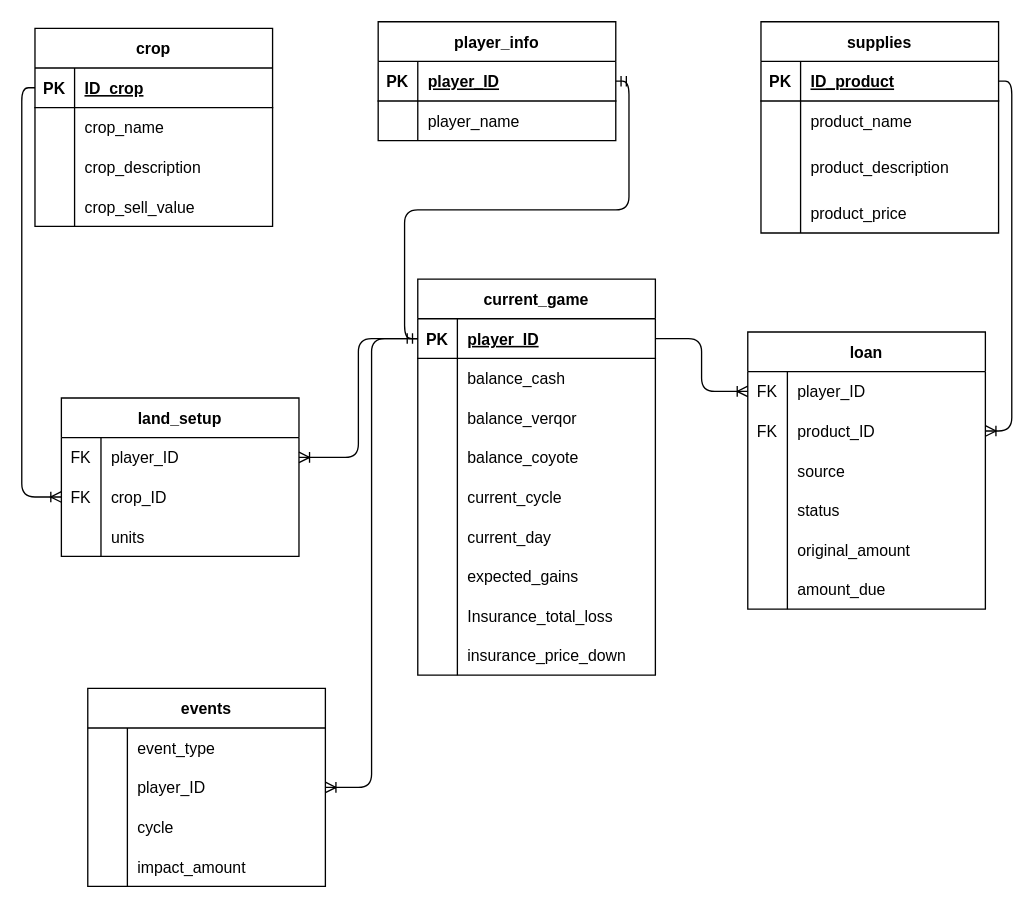
zam-cv/B4 keeps this draw.io diagram as Database/Diagrama_2.drawio. Above is the earlier version. Source tidied: cells renumbered, new cells numbered last; positions are measured from the earlier drawing's top-left corner, leaving out a move shared by most shapes. Both pictures are drawn from the tidied source at 132%, with x=0, y=0 at pixel (34, 21).
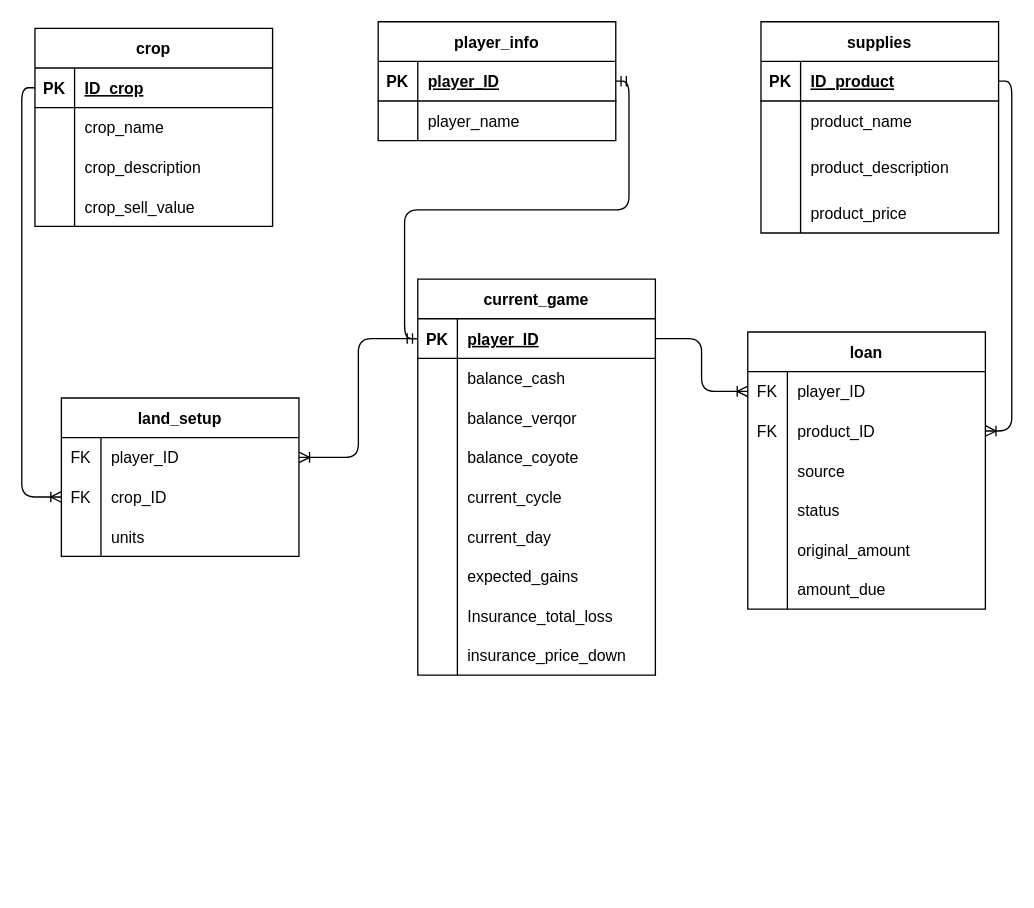
The same diagram, later.

Commit message:
Deleted Events table.

The change refers to these unchanged cells:
```xml
<mxCell id="23" style="shape=tableRow;horizontal=0;startSize=0;swimlaneHead=0;swimlaneBody=0;fillColor=none;points=[[0,0.5],[1,0.5]];portConstraint=eastwest;top=0;left=0;right=0;bottom=1;" parent="22" vertex="1">
  <mxGeometry y="30" width="180" height="30" as="geometry" />
</mxCell>
```

Change to the diagram source:
```diff
@@
-    <mxCell id="97" value="events" style="shape=table;startSize=30;childLayout=tableLayout;rowLines=0;fontStyle=1;align=center;" parent="1" vertex="1">
-      <mxGeometry x="40" y="505" width="180" height="150" as="geometry" />
-    </mxCell>
-    <mxCell id="98" style="shape=tableRow;horizontal=0;startSize=0;swimlaneHead=0;swimlaneBody=0;fillColor=none;top=0;left=0;right=0;bottom=0;" parent="97" vertex="1">
-      <mxGeometry y="30" width="180" height="30" as="geometry" />
-    </mxCell>
-    <mxCell id="99" style="shape=partialRectangle;fillColor=none;top=0;left=0;bottom=0;right=0;overflow=hidden;" parent="98" vertex="1">
-      <mxGeometry width="30" height="30" as="geometry" />
-    </mxCell>
-    <mxCell id="100" value="event_type" style="shape=partialRectangle;fillColor=none;top=0;left=0;bottom=0;right=0;align=left;spacingLeft=6;overflow=hidden;" parent="98" vertex="1">
-      <mxGeometry x="30" width="150" height="30" as="geometry" />
-    </mxCell>
-    <mxCell id="101" style="shape=tableRow;horizontal=0;startSize=0;swimlaneHead=0;swimlaneBody=0;fillColor=none;points=[[0,0.5],[1,0.5]];portConstraint=eastwest;top=0;left=0;right=0;bottom=0;" parent="97" vertex="1">
-      <mxGeometry y="60" width="180" height="30" as="geometry" />
-    </mxCell>
-    <mxCell id="102" style="shape=partialRectangle;fillColor=none;top=0;left=0;bottom=0;right=0;overflow=hidden;" parent="101" vertex="1">
-      <mxGeometry width="30" height="30" as="geometry" />
-    </mxCell>
-    <mxCell id="103" value="player_ID" style="shape=partialRectangle;fillColor=none;top=0;left=0;bottom=0;right=0;align=left;spacingLeft=6;overflow=hidden;" parent="101" vertex="1">
-      <mxGeometry x="30" width="150" height="30" as="geometry" />
-    </mxCell>
-    <mxCell id="104" style="shape=tableRow;horizontal=0;startSize=0;swimlaneHead=0;swimlaneBody=0;fillColor=none;top=0;left=0;right=0;bottom=0;" parent="97" vertex="1">
-      <mxGeometry y="90" width="180" height="30" as="geometry" />
-    </mxCell>
-    <mxCell id="105" style="shape=partialRectangle;fillColor=none;top=0;left=0;bottom=0;right=0;overflow=hidden;" parent="104" vertex="1">
-      <mxGeometry width="30" height="30" as="geometry" />
-    </mxCell>
-    <mxCell id="106" value="cycle" style="shape=partialRectangle;fillColor=none;top=0;left=0;bottom=0;right=0;align=left;spacingLeft=6;overflow=hidden;" parent="104" vertex="1">
-      <mxGeometry x="30" width="150" height="30" as="geometry" />
-    </mxCell>
-    <mxCell id="107" style="shape=tableRow;horizontal=0;startSize=0;swimlaneHead=0;swimlaneBody=0;fillColor=none;top=0;left=0;right=0;bottom=0;" parent="97" vertex="1">
-      <mxGeometry y="120" width="180" height="30" as="geometry" />
-    </mxCell>
-    <mxCell id="108" style="shape=partialRectangle;fillColor=none;top=0;left=0;bottom=0;right=0;overflow=hidden;" parent="107" vertex="1">
-      <mxGeometry width="30" height="30" as="geometry" />
-    </mxCell>
-    <mxCell id="109" value="impact_amount" style="shape=partialRectangle;fillColor=none;top=0;left=0;bottom=0;right=0;align=left;spacingLeft=6;overflow=hidden;" parent="107" vertex="1">
-      <mxGeometry x="30" width="150" height="30" as="geometry" />
-    </mxCell>
-    <mxCell id="110" style="edgeStyle=orthogonalEdgeStyle;fontSize=12;html=1;endArrow=ERoneToMany;exitX=0;exitY=0.5;exitDx=0;exitDy=0;entryX=1;entryY=0.5;entryDx=0;entryDy=0;" parent="1" edge="1" source="23" target="101">
-      <mxGeometry relative="1" as="geometry" />
-    </mxCell>
```
